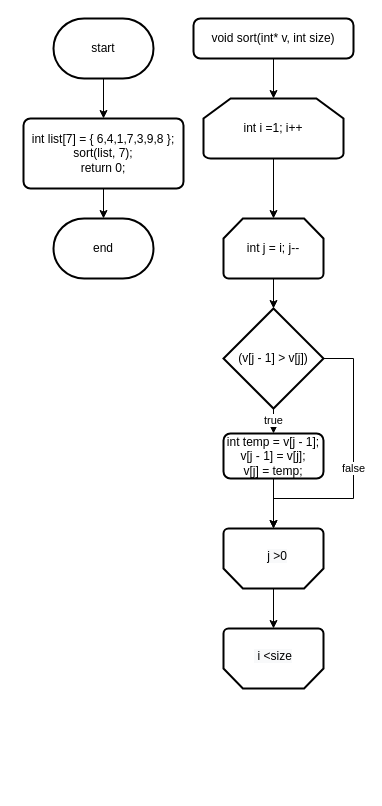
Before: insertDiagram.drawio in JeongJunSoo94/ConsoleAlgorithm, a draw.io diagram. Source tidied: cells renumbered, new cells numbered last; positions are measured from the earlier drawing's top-left corner, leaving out a move shared by most shapes. Both pictures are drawn from the tidied source at 100%, with x=0, y=0 at pixel (23, 18).
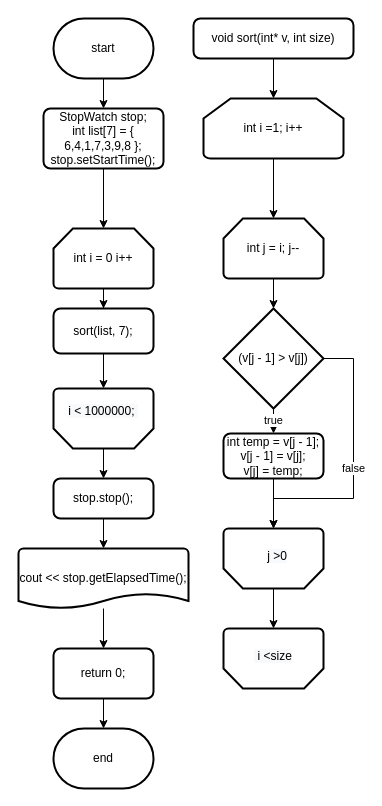
The same diagram, later.

The change refers to these unchanged cells:
```xml
<mxCell id="3" value="start" style="strokeWidth=2;html=1;shape=mxgraph.flowchart.terminator;whiteSpace=wrap;" parent="1" vertex="1">
  <mxGeometry x="30" width="100" height="60" as="geometry" />
</mxCell>
```

Change to the diagram source:
```diff
@@
-    <mxCell id="2" style="edgeStyle=orthogonalEdgeStyle;rounded=0;jettySize=auto;html=1;entryX=0.5;entryY=0;entryDx=0;entryDy=0;" parent="1" edge="1" source="3" target="5">
+    <mxCell id="2" style="edgeStyle=orthogonalEdgeStyle;rounded=0;jettySize=auto;html=1;entryX=0.5;entryY=0;entryDx=0;entryDy=0;" parent="1" edge="1" source="3" target="31">
       <mxGeometry relative="1" as="geometry" />
     </mxCell>
@@
-    <mxCell id="4" style="edgeStyle=orthogonalEdgeStyle;rounded=0;jettySize=auto;html=1;" parent="1" edge="1" source="5" target="6">
+    <mxCell id="4" style="edgeStyle=orthogonalEdgeStyle;rounded=0;jettySize=auto;html=1;" parent="1" edge="1" source="36" target="6">
       <mxGeometry relative="1" as="geometry" />
     </mxCell>
-    <mxCell id="5" value="int list[7] = { 6,4,1,7,3,9,8 };&#10; sort(list, 7);&#10; return 0;" style="rounded=1;whiteSpace=wrap;html=1;absoluteArcSize=1;arcSize=14;strokeWidth=2;" parent="1" vertex="1">
-      <mxGeometry y="100" width="160" height="70" as="geometry" />
-    </mxCell>
     <mxCell id="6" value="end" style="strokeWidth=2;html=1;shape=mxgraph.flowchart.terminator;whiteSpace=wrap;" parent="1" vertex="1">
-      <mxGeometry x="30" y="200" width="100" height="60" as="geometry" />
+      <mxGeometry x="30" y="710" width="100" height="60" as="geometry" />
     </mxCell>
@@
+    <mxCell id="23" style="edgeStyle=orthogonalEdgeStyle;rounded=0;jettySize=auto;html=1;entryX=0.5;entryY=0;entryDx=0;entryDy=0;" parent="1" edge="1" source="24" target="29">
+      <mxGeometry relative="1" as="geometry" />
+    </mxCell>
+    <mxCell id="24" value="int i = 0 i++" style="strokeWidth=2;html=1;shape=mxgraph.flowchart.loop_limit;whiteSpace=wrap;" parent="1" vertex="1">
+      <mxGeometry x="30" y="210" width="100" height="60" as="geometry" />
+    </mxCell>
+    <mxCell id="25" style="edgeStyle=orthogonalEdgeStyle;rounded=0;jettySize=auto;html=1;entryX=0.5;entryY=0;entryDx=0;entryDy=0;" parent="1" edge="1" source="26" target="33">
+      <mxGeometry relative="1" as="geometry" />
+    </mxCell>
+    <mxCell id="26" style="strokeWidth=2;html=1;shape=mxgraph.flowchart.loop_limit;whiteSpace=wrap;rotation=-180;" parent="1" vertex="1">
+      <mxGeometry x="30" y="370" width="100" height="60" as="geometry" />
+    </mxCell>
+    <mxCell id="27" value="&#10;&lt;span style=&quot;color: rgb(0, 0, 0); font-family: Helvetica; font-size: 12px; font-style: normal; font-variant-ligatures: normal; font-variant-caps: normal; font-weight: 400; letter-spacing: normal; orphans: 2; text-align: center; text-indent: 0px; text-transform: none; widows: 2; word-spacing: 0px; -webkit-text-stroke-width: 0px; background-color: rgb(248, 249, 250); text-decoration-thickness: initial; text-decoration-style: initial; text-decoration-color: initial; float: none; display: inline !important;&quot;&gt;i &amp;lt; 1000000;&lt;span&gt;&amp;nbsp;&lt;/span&gt;&lt;/span&gt;&#10;&#10;" style="text;html=1;strokeColor=none;fillColor=none;align=center;verticalAlign=middle;whiteSpace=wrap;rounded=0;" parent="1" vertex="1">
+      <mxGeometry x="42" y="385" width="76" height="30" as="geometry" />
+    </mxCell>
+    <mxCell id="28" style="edgeStyle=orthogonalEdgeStyle;rounded=0;jettySize=auto;html=1;entryX=0.5;entryY=1;entryDx=0;entryDy=0;entryPerimeter=0;" parent="1" edge="1" source="29" target="26">
+      <mxGeometry relative="1" as="geometry" />
+    </mxCell>
+    <mxCell id="29" value="sort(list, 7);" style="rounded=1;whiteSpace=wrap;html=1;absoluteArcSize=1;arcSize=14;strokeWidth=2;" parent="1" vertex="1">
+      <mxGeometry x="30" y="290" width="100" height="45" as="geometry" />
+    </mxCell>
+    <mxCell id="30" style="edgeStyle=orthogonalEdgeStyle;rounded=0;jettySize=auto;html=1;entryX=0.5;entryY=0;entryDx=0;entryDy=0;entryPerimeter=0;" parent="1" edge="1" source="31" target="24">
+      <mxGeometry relative="1" as="geometry" />
+    </mxCell>
+    <mxCell id="31" value="StopWatch stop;&#10; int list[7] = { 6,4,1,7,3,9,8 };&#10; stop.setStartTime();" style="rounded=1;whiteSpace=wrap;html=1;absoluteArcSize=1;arcSize=14;strokeWidth=2;" parent="1" vertex="1">
+      <mxGeometry x="20" y="90" width="120" height="60" as="geometry" />
+    </mxCell>
+    <mxCell id="32" style="edgeStyle=orthogonalEdgeStyle;rounded=0;jettySize=auto;html=1;" parent="1" edge="1" source="33" target="35">
+      <mxGeometry relative="1" as="geometry" />
+    </mxCell>
+    <mxCell id="33" value="stop.stop();" style="rounded=1;whiteSpace=wrap;html=1;absoluteArcSize=1;arcSize=14;strokeWidth=2;" parent="1" vertex="1">
+      <mxGeometry x="30" y="460" width="100" height="40" as="geometry" />
+    </mxCell>
+    <mxCell id="34" style="edgeStyle=orthogonalEdgeStyle;rounded=0;jettySize=auto;html=1;entryX=0.5;entryY=0;entryDx=0;entryDy=0;" parent="1" edge="1" source="35" target="36">
+      <mxGeometry relative="1" as="geometry" />
+    </mxCell>
+    <mxCell id="35" value="cout &lt;&lt; stop.getElapsedTime();" style="strokeWidth=2;html=1;shape=mxgraph.flowchart.document2;whiteSpace=wrap;size=0.25;" parent="1" vertex="1">
+      <mxGeometry x="-5" y="530" width="170" height="60" as="geometry" />
+    </mxCell>
+    <mxCell id="36" value="return 0;" style="rounded=1;whiteSpace=wrap;html=1;absoluteArcSize=1;arcSize=14;strokeWidth=2;" parent="1" vertex="1">
+      <mxGeometry x="30" y="630" width="100" height="50" as="geometry" />
+    </mxCell>
```
